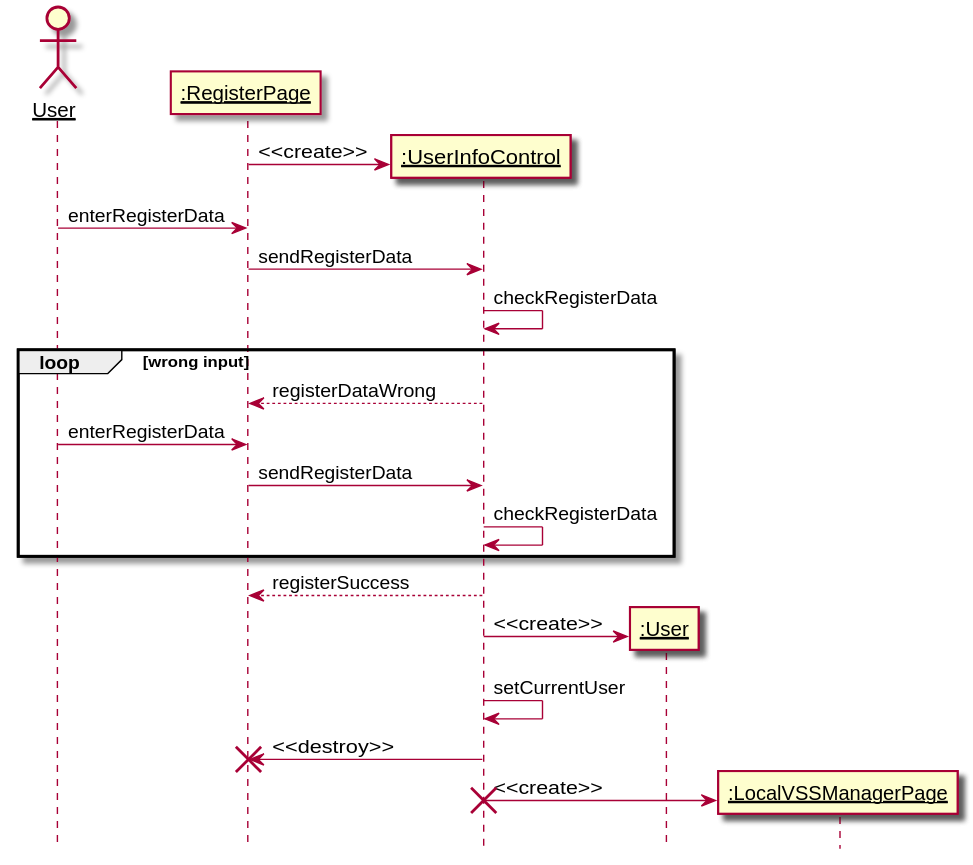
kpp19920121/doc keeps this PlantUML diagram as 需求定义和分析/Register.svg. Above is the earlier version. The source it was exported from:
```plantuml
@startuml Register
hide footbox
skinparam sequenceParticipant underline

actor User as user
participant ":RegisterPage" as boundary
participant ":UserInfoControl" as control
participant ":User" as userdata
participant ":LocalVSSManagerPage" as nextpage

create control
boundary -> control: <<create>>
user -> boundary: enterRegisterData
boundary -> control: sendRegisterData
control -> control: checkRegisterData
loop wrong input
    control --> boundary: registerDataWrong
    user -> boundary: enterRegisterData
    boundary -> control: sendRegisterData
    control -> control: checkRegisterData
end
control --> boundary: registerSuccess
create userdata
control -> userdata: <<create>>
control -> control: setCurrentUser
control -> boundary: <<destroy>>
destroy boundary
create nextpage
control -> nextpage: <<create>>
destroy control
@enduml
```
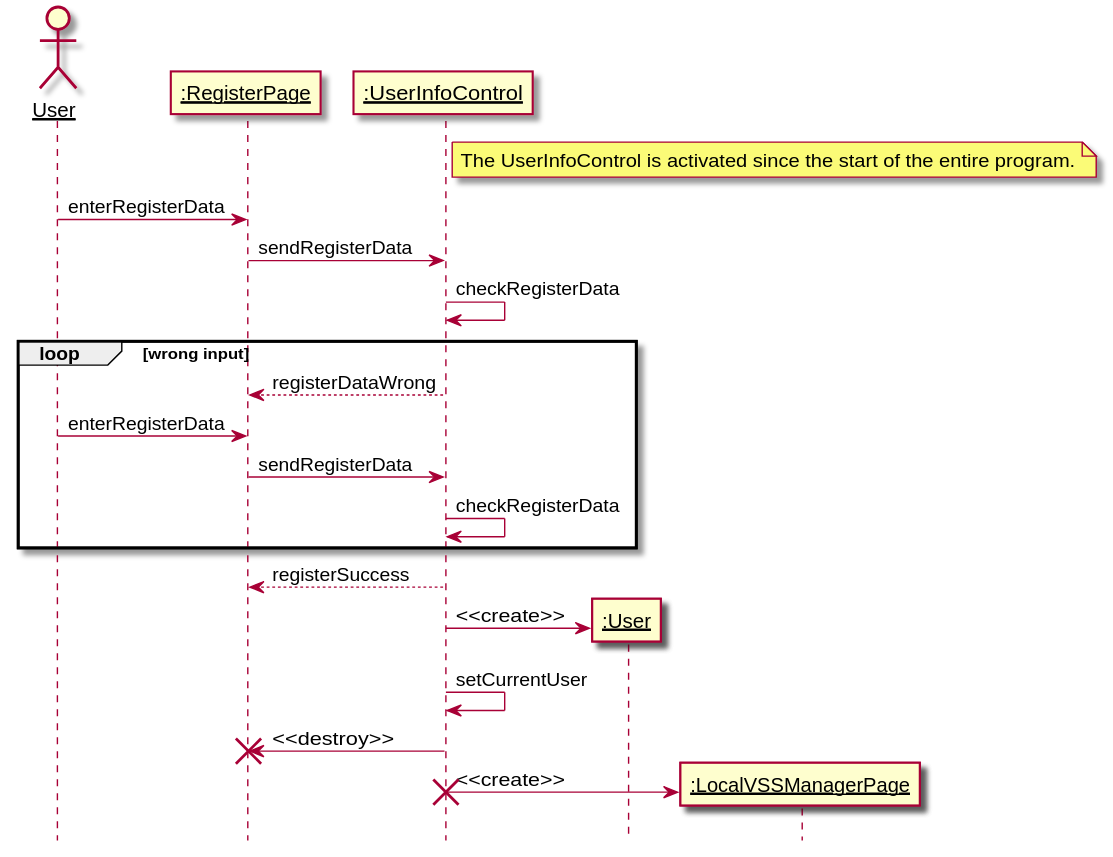
After the change.

Diff of the diagram source:
```diff
@@ -8,8 +8,8 @@
 participant ":User" as userdata
 participant ":LocalVSSManagerPage" as nextpage
 
-create control
-boundary -> control: <<create>>
+note right of control: The UserInfoControl is activated since the start of the entire program.
+
 user -> boundary: enterRegisterData
 boundary -> control: sendRegisterData
 control -> control: checkRegisterData
```
